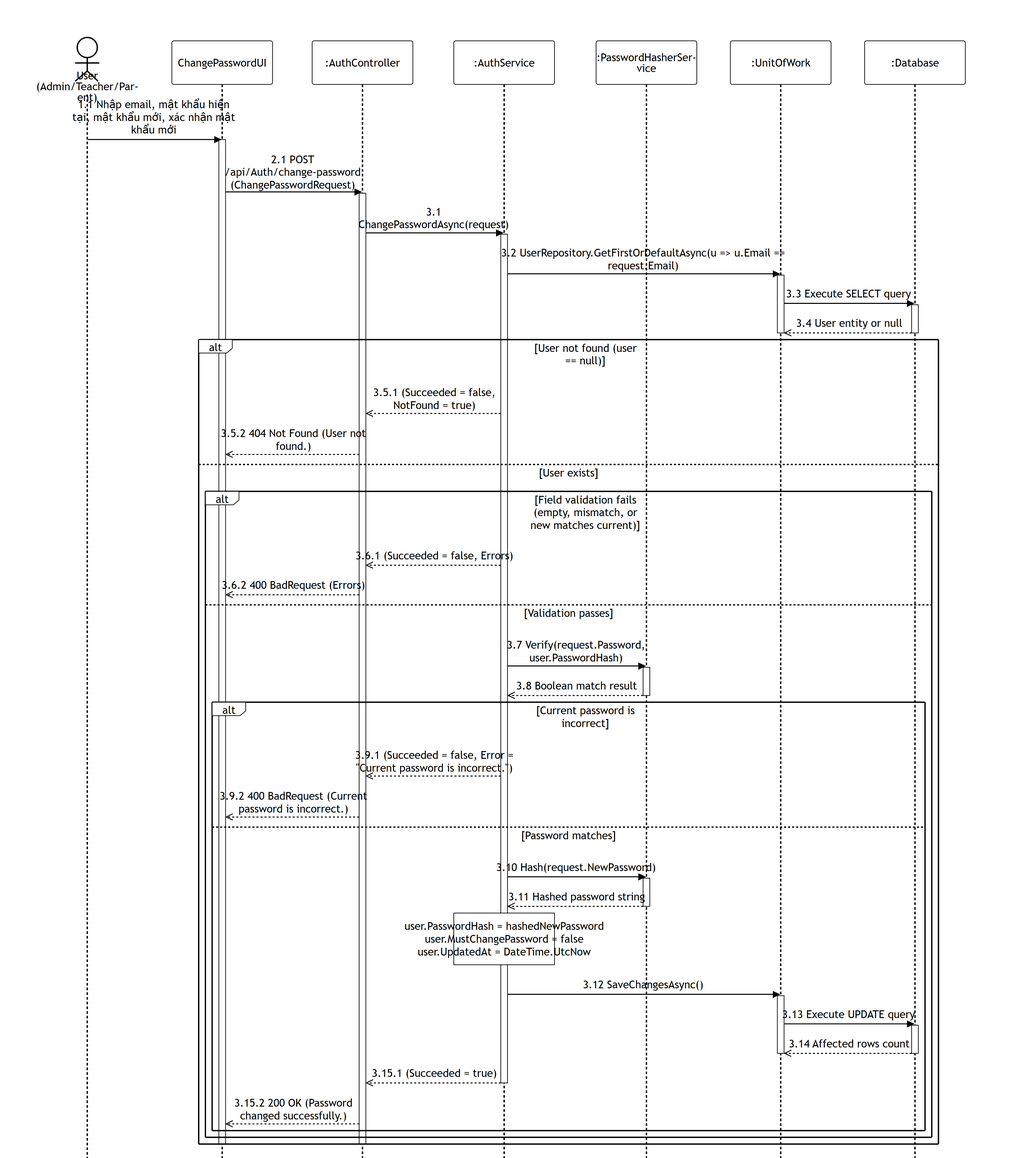
Before: 01-authentication/images/apis/change-password.png, a diagram exported from Mermaid (PhucAnDev/docx-diagram). Its source is kept beside it as 01-authentication/sequence-diagram/apis/change-password.mmd.
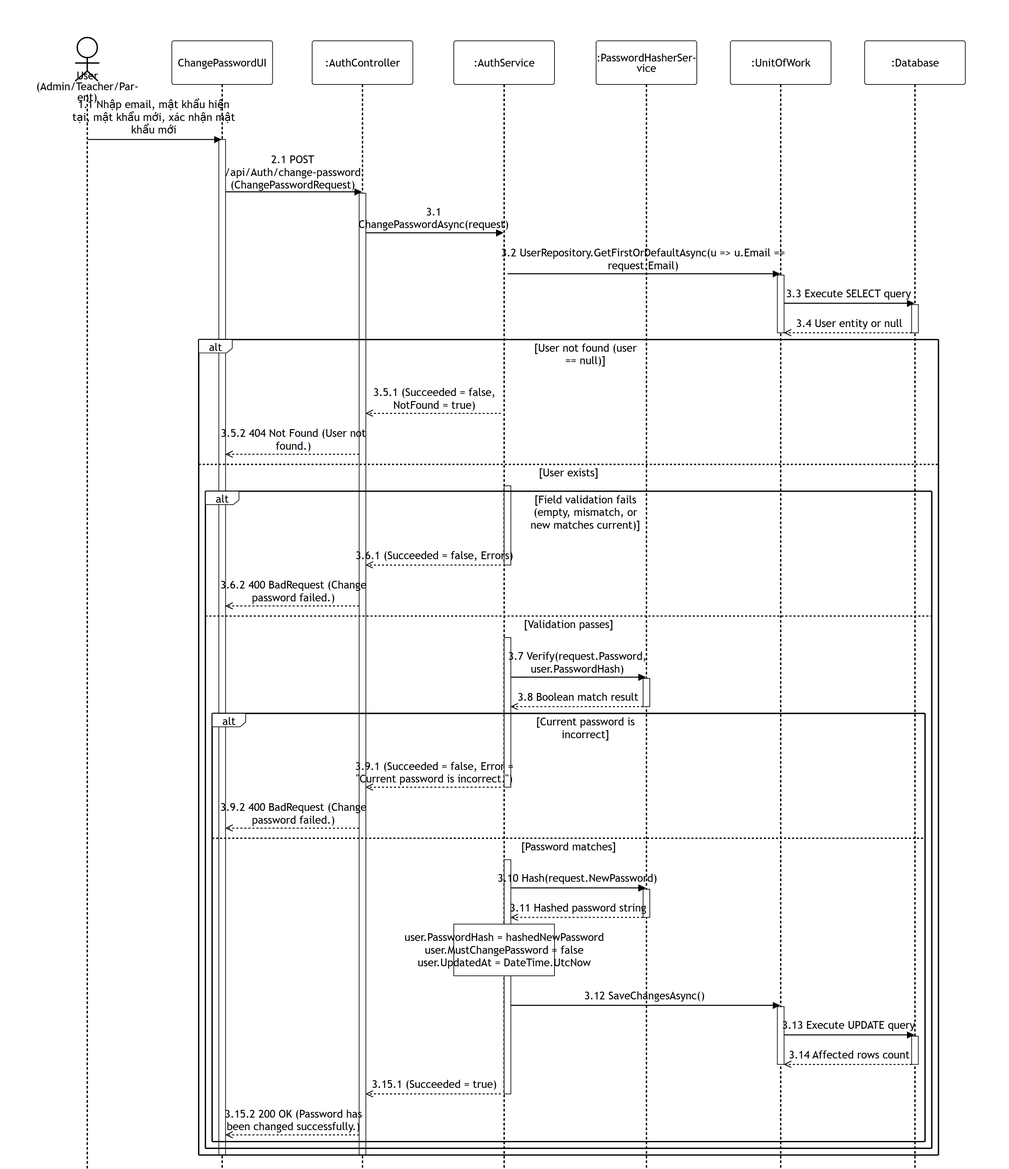
After the change.

What changed in the source:
```diff
@@ -29,10 +29,13 @@
         Service-->>Endpoint: 3.5.1 (Succeeded = false, NotFound = true)
         Endpoint-->>UI: 3.5.2 404 Not Found (User not found.)
     else User exists
+        activate Service
         alt Field validation fails (empty, mismatch, or new matches current)
             Service-->>Endpoint: 3.6.1 (Succeeded = false, Errors)
-            Endpoint-->>UI: 3.6.2 400 BadRequest (Errors)
+            deactivate Service
+            Endpoint-->>UI: 3.6.2 400 BadRequest (Change password failed.)
         else Validation passes
+            activate Service
             Service->>Hasher: 3.7 Verify(request.Password, user.PasswordHash)
             activate Hasher
             Hasher-->>Service: 3.8 Boolean match result
@@ -40,8 +43,10 @@
 
             alt Current password is incorrect
                 Service-->>Endpoint: 3.9.1 (Succeeded = false, Error = "Current password is incorrect.")
-                Endpoint-->>UI: 3.9.2 400 BadRequest (Current password is incorrect.)
+                deactivate Service
+                Endpoint-->>UI: 3.9.2 400 BadRequest (Change password failed.)
             else Password matches
+                activate Service
                 Service->>Hasher: 3.10 Hash(request.NewPassword)
                 activate Hasher
                 Hasher-->>Service: 3.11 Hashed password string
@@ -59,7 +64,7 @@
 
                 Service-->>Endpoint: 3.15.1 (Succeeded = true)
                 deactivate Service
-                Endpoint-->>UI: 3.15.2 200 OK (Password changed successfully.)
+                Endpoint-->>UI: 3.15.2 200 OK (Password has been changed successfully.)
             end
         end
     end
```
